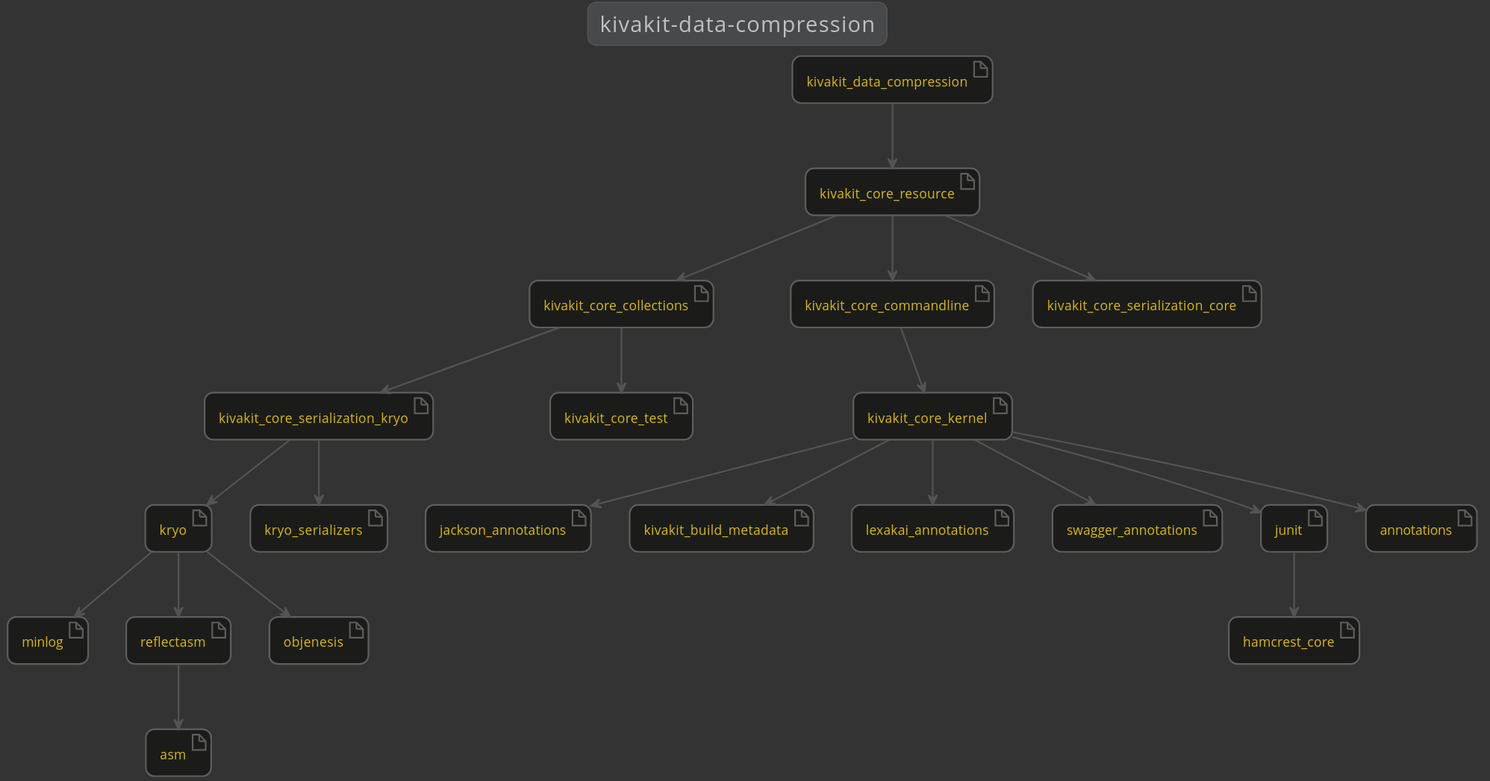
Telenav/kivakit-assets keeps this PlantUML diagram as docs/lexakai/kivakit-extensions/kivakit-data/compression/documentation/diagrams/dependencies.svg. Above is the earlier version.
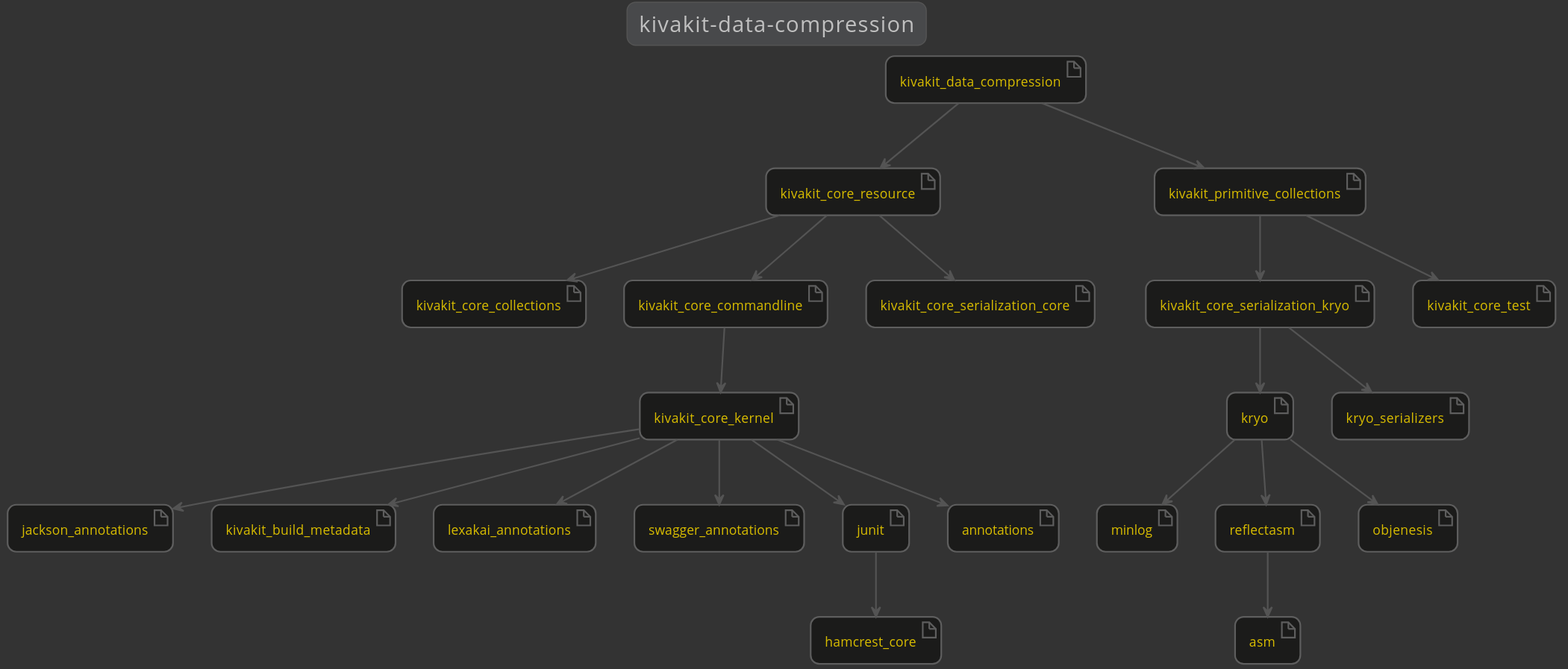
After the commit.

What changed in the source:
```diff
@@ -17,6 +17,7 @@
     artifact kivakit_core_serialization_kryo
     artifact kivakit_core_test
     artifact kivakit_data_compression
+    artifact kivakit_primitive_collections
     artifact lexakai_annotations
     artifact kryo_serializers
     artifact swagger_annotations
@@ -26,8 +27,6 @@
     artifact objenesis
     artifact asm
     junit --> hamcrest_core
-    kivakit_core_collections --> kivakit_core_serialization_kryo
-    kivakit_core_collections --> kivakit_core_test
     kivakit_core_commandline --> kivakit_core_kernel
     kivakit_core_kernel --> annotations
     kivakit_core_kernel --> jackson_annotations
@@ -41,6 +40,9 @@
     kivakit_core_serialization_kryo --> kryo
     kivakit_core_serialization_kryo --> kryo_serializers
     kivakit_data_compression --> kivakit_core_resource
+    kivakit_data_compression --> kivakit_primitive_collections
+    kivakit_primitive_collections --> kivakit_core_serialization_kryo
+    kivakit_primitive_collections --> kivakit_core_test
     kryo --> minlog
     kryo --> objenesis
     kryo --> reflectasm
```
